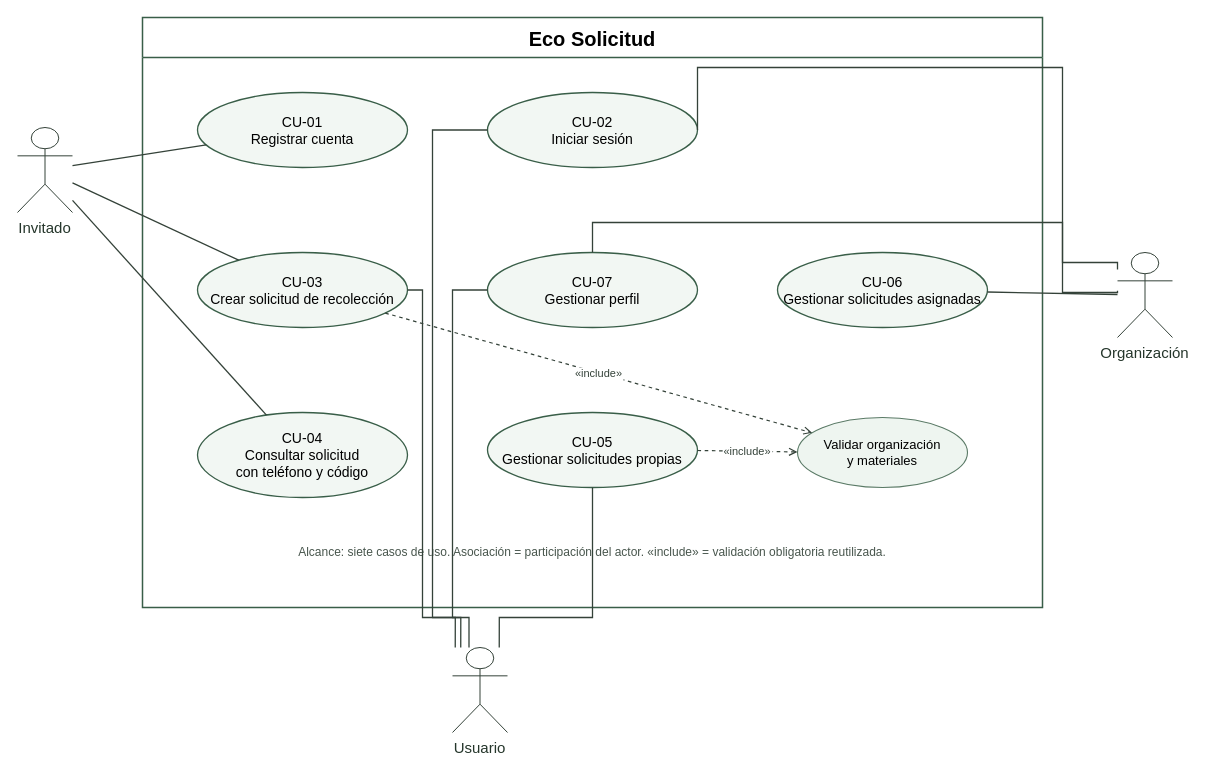
Earlier version of the draw.io diagram docs/diagrams/figura1-casos-uso.drawio (fedegonc/residuosolido). Source tidied: cells renumbered, new cells numbered last; positions are measured from the earlier drawing's top-left corner, leaving out a move shared by most shapes. Both pictures are drawn from the tidied source at 100%, with x=0, y=0 at pixel (17, 17).
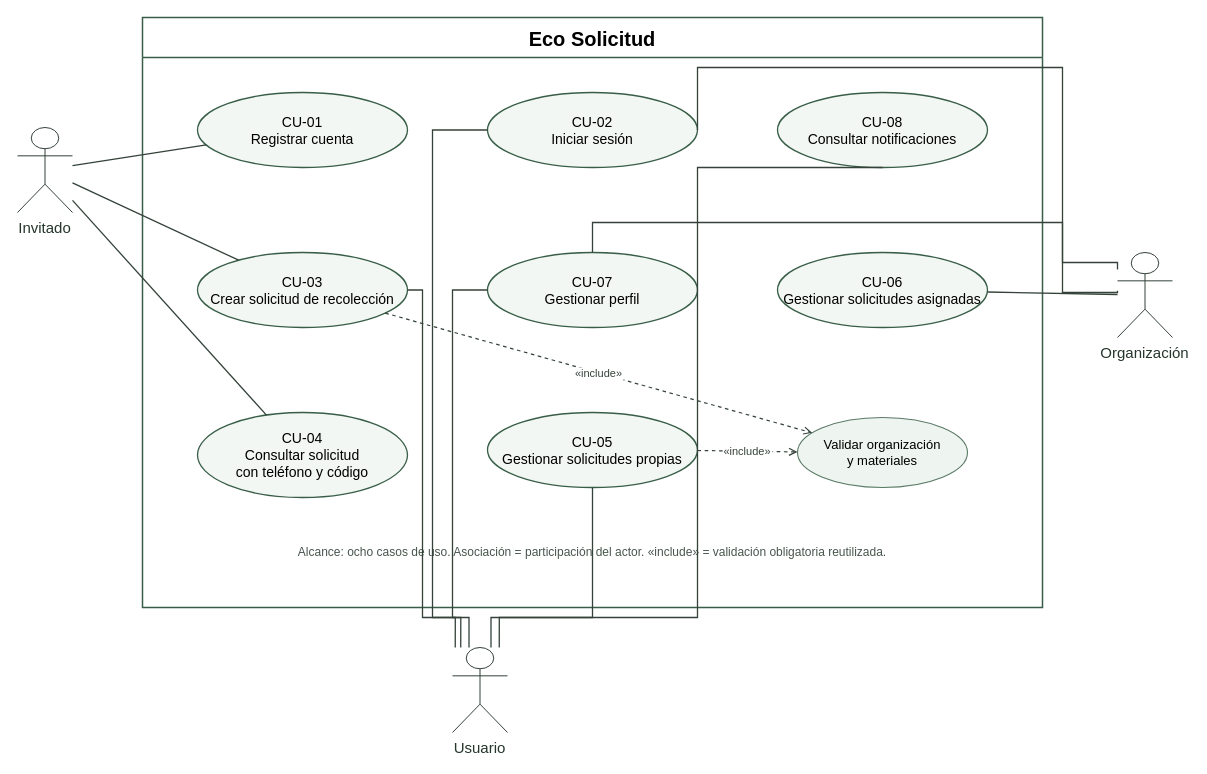
The same diagram, later.

The change refers to these unchanged cells:
```xml
<mxCell id="2" value="Eco Solicitud" style="swimlane;startSize=40;horizontal=1;rounded=0;html=0;fontFamily=Helvetica;fontSize=20;fontStyle=1;fillColor=#ffffff;swimlaneFillColor=#ffffff;strokeColor=#395e48;strokeWidth=1.5;" parent="1" vertex="1">
  <mxGeometry x="125" width="900" height="590" as="geometry" />
</mxCell>
<mxCell id="4" value="Usuario" style="shape=umlActor;verticalLabelPosition=bottom;verticalAlign=top;html=0;fontFamily=Helvetica;fontSize=15;fontColor=#25362b;strokeColor=#344239;" parent="1" vertex="1">
  <mxGeometry x="435" y="630" width="55" height="85" as="geometry" />
</mxCell>
```

The edit, as a diff of the source:
```diff
@@
+    <mxCell id="27" value="CU-08&#10;Consultar notificaciones" style="ellipse;whiteSpace=wrap;html=0;fontFamily=Helvetica;fontSize=14;fillColor=#f2f7f3;strokeColor=#395e48;strokeWidth=1.3;" parent="2" vertex="1">
+      <mxGeometry x="635" y="75" width="210" height="75" as="geometry" />
+    </mxCell>
@@
-    <mxCell id="14" value="Alcance: siete casos de uso. Asociación = participación del actor. «include» = validación obligatoria reutilizada." style="text;html=0;whiteSpace=wrap;align=center;verticalAlign=middle;fontFamily=Helvetica;fontSize=12;fontColor=#48564d;strokeColor=none;fillColor=none;" parent="2" vertex="1">
+    <mxCell id="14" value="Alcance: ocho casos de uso. Asociación = participación del actor. «include» = validación obligatoria reutilizada." style="text;html=0;whiteSpace=wrap;align=center;verticalAlign=middle;fontFamily=Helvetica;fontSize=12;fontColor=#48564d;strokeColor=none;fillColor=none;" parent="2" vertex="1">
       <mxGeometry x="45" y="520" width="810" height="30" as="geometry" />
     </mxCell>
@@
+    <mxCell id="28" style="endArrow=none;startArrow=none;edgeStyle=orthogonalEdgeStyle;rounded=0;html=0;strokeColor=#344239;strokeWidth=1.3;exitX=0.7;exitY=0;entryX=0.5;entryY=1;" parent="1" edge="1" source="4" target="27">
+      <mxGeometry relative="1" as="geometry">
+        <Array as="points">
+          <mxPoint x="680" y="600" />
+        </Array>
+      </mxGeometry>
+    </mxCell>
```
